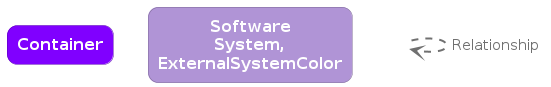
The PlantUML diagram architecture/diagrams/structurizr-Container-001-key.png in neojelll/url-shortener, before a commit. The source it was exported from:
```plantuml
@startuml
set separator none

skinparam {
  shadowing false
  arrowFontSize 15
  defaultTextAlignment center
  wrapWidth 100
  maxMessageSize 100
}
hide stereotype

skinparam rectangle<<_transparent>> {
  BorderColor transparent
  BackgroundColor transparent
  FontColor transparent
}

skinparam rectangle<<1>> {
  BackgroundColor #8000ff
  FontColor #ffffff
  BorderColor #5900b2
  roundCorner 20
}
rectangle "==Container" <<1>>

skinparam rectangle<<2>> {
  BackgroundColor #b094d6
  FontColor #ffffff
  BorderColor #7b6795
  roundCorner 20
}
rectangle "==Software System, ExternalSystemColor" <<2>>

rectangle "." <<_transparent>> as 3
3 .[#707070,thickness=2].> 3 : "<color:#707070>Relationship"


@enduml
```
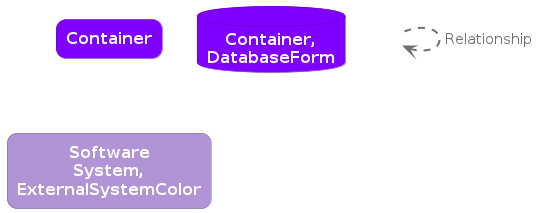
Later version of the same file.

The edit, as a diff of the source:
```diff
@@ -24,16 +24,23 @@
 }
 rectangle "==Container" <<1>>
 
-skinparam rectangle<<2>> {
+skinparam database<<2>> {
+  BackgroundColor #8000ff
+  FontColor #ffffff
+  BorderColor #5900b2
+}
+database "==Container, DatabaseForm" <<2>>
+
+skinparam rectangle<<3>> {
   BackgroundColor #b094d6
   FontColor #ffffff
   BorderColor #7b6795
   roundCorner 20
 }
-rectangle "==Software System, ExternalSystemColor" <<2>>
+rectangle "==Software System, ExternalSystemColor" <<3>>
 
-rectangle "." <<_transparent>> as 3
-3 .[#707070,thickness=2].> 3 : "<color:#707070>Relationship"
+rectangle "." <<_transparent>> as 4
+4 .[#707070,thickness=2].> 4 : "<color:#707070>Relationship"
 
 
 @enduml
```
